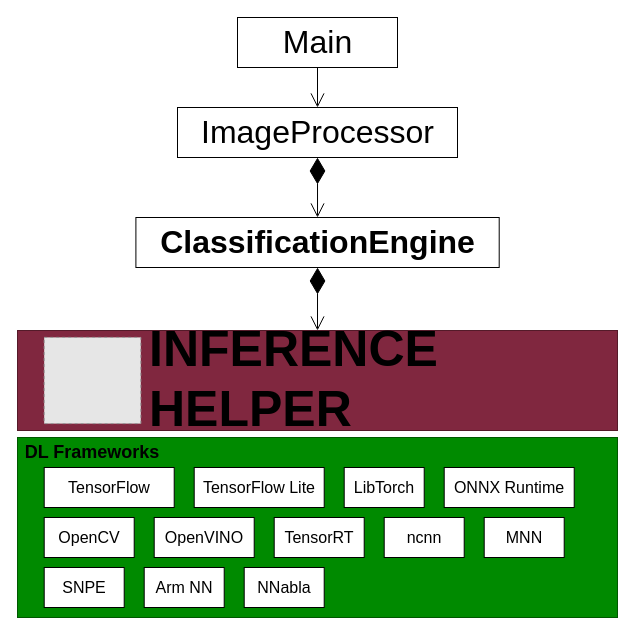
This is 00_doc/class_diagram.drawio from iwatake2222/InferenceHelper_Sample, a draw.io file, before an edit. Source tidied: cells renumbered, new cells numbered last; positions are measured from the earlier drawing's top-left corner, leaving out a move shared by most shapes. Both pictures are drawn from the tidied source at 100%, with x=0, y=0 at pixel (17, 17). Pictures stored in the file or linked from it are replaced by grey dashed boxes.
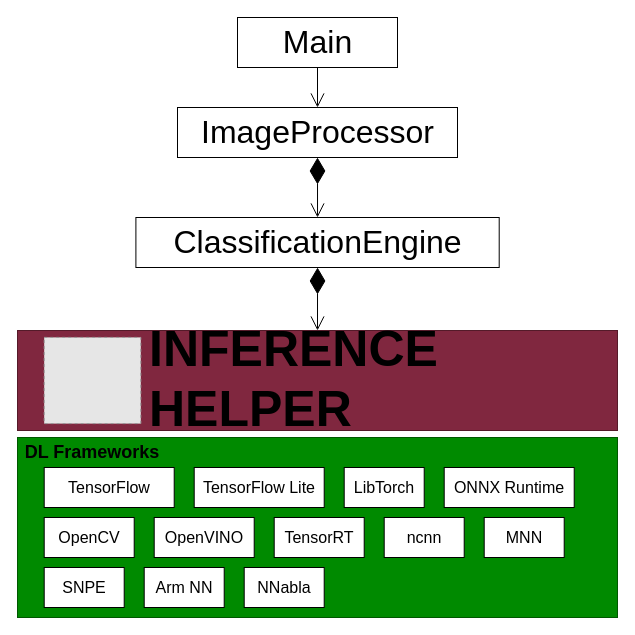
After the change.

Diff of the diagram source:
```diff
@@
-    <mxCell id="24" value="&lt;span style=&quot;font-weight: 700&quot;&gt;ClassificationEngine&lt;/span&gt;" style="html=1;fontSize=32;" parent="1" vertex="1">
+    <mxCell id="24" value="&lt;span style=&quot;&quot;&gt;ClassificationEngine&lt;/span&gt;" style="html=1;fontSize=32;fontStyle=0;" parent="1" vertex="1">
       <mxGeometry x="118.4" y="200" width="363.3" height="50" as="geometry" />
     </mxCell>
```
